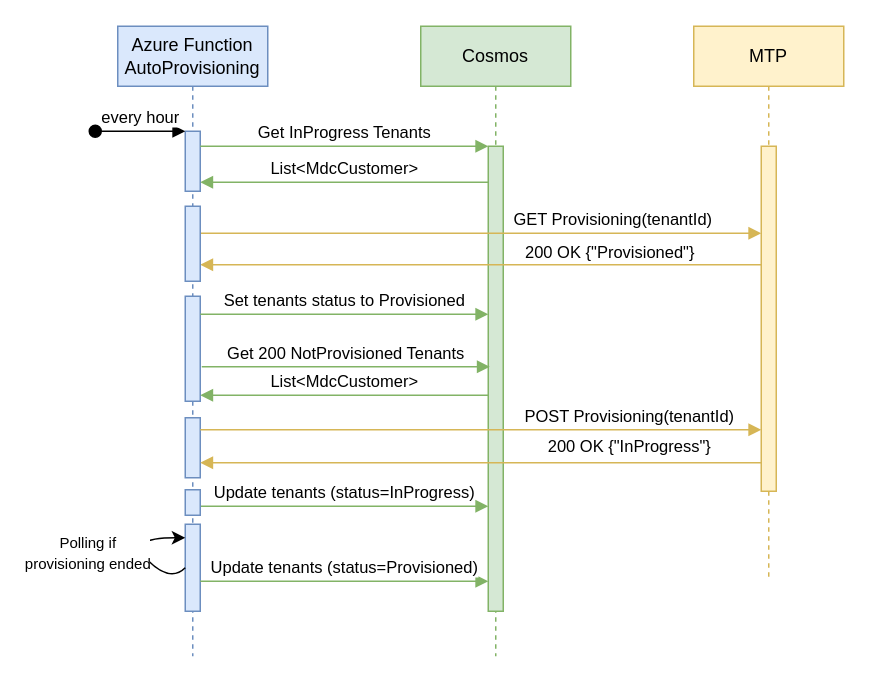
This is AutoProvisioning.drawio from rotemhas/drawio, a draw.io file, before an edit. Source tidied: cells renumbered, new cells numbered last; positions are measured from the earlier drawing's top-left corner, leaving out a move shared by most shapes. Both pictures are drawn from the tidied source at 150%, with x=0, y=0 at pixel (94, 26).
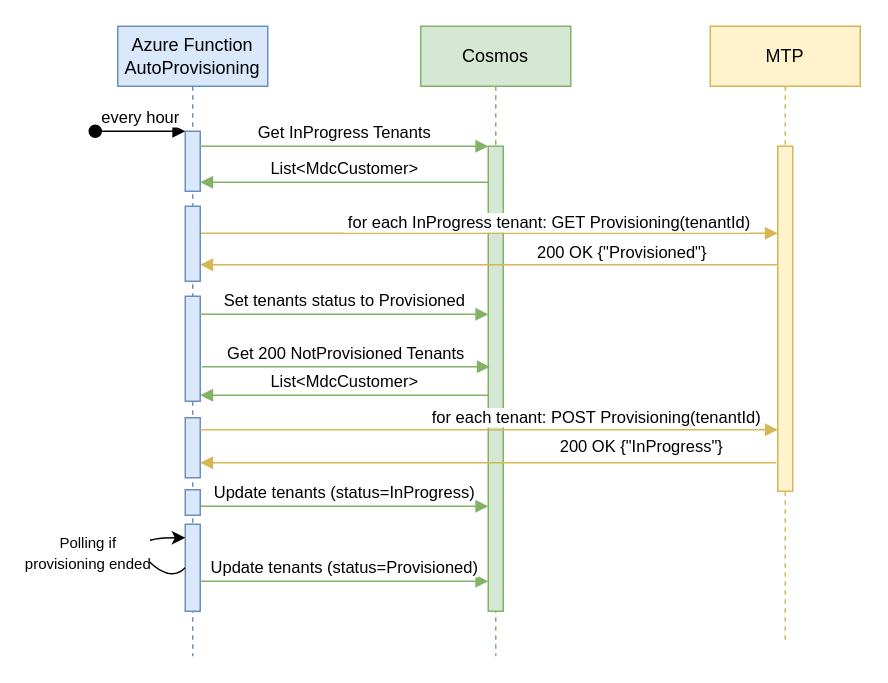
The same page after the edit.

Unchanged cells that the change refers to:
```xml
<mxCell id="12" style="html=1;points=[];perimeter=orthogonalPerimeter;outlineConnect=0;targetShapes=umlLifeline;portConstraint=eastwest;newEdgeStyle={&quot;edgeStyle&quot;:&quot;elbowEdgeStyle&quot;,&quot;elbow&quot;:&quot;vertical&quot;,&quot;curved&quot;:0,&quot;rounded&quot;:0};fillColor=#fff2cc;strokeColor=#d6b656;" parent="11" vertex="1">
  <mxGeometry x="45" y="80" width="10" height="230" as="geometry" />
</mxCell>
```

Diff of the diagram source:
```diff
@@
     <mxCell id="11" value="MTP" style="shape=umlLifeline;perimeter=lifelinePerimeter;whiteSpace=wrap;html=1;newEdgeStyle={&quot;edgeStyle&quot;:&quot;elbowEdgeStyle&quot;,&quot;elbow&quot;:&quot;vertical&quot;,&quot;curved&quot;:0,&quot;rounded&quot;:0};fillColor=#fff2cc;strokeColor=#d6b656;" parent="1" vertex="1">
-      <mxGeometry x="399" width="100" height="370" as="geometry" />
+      <mxGeometry x="410" width="100" height="410" as="geometry" />
     </mxCell>
@@
-    <mxCell id="13" value="GET Provisioning(tenantId)" style="html=1;verticalAlign=bottom;endArrow=block;edgeStyle=elbowEdgeStyle;elbow=vertical;curved=0;rounded=0;fillColor=#fff2cc;strokeColor=#d6b656;" parent="1" edge="1" target="12">
-      <mxGeometry x="0.47" relative="1" as="geometry">
+    <mxCell id="13" value="&amp;nbsp;for each InProgress tenant: GET Provisioning(tenantId)" style="html=1;verticalAlign=bottom;endArrow=block;edgeStyle=elbowEdgeStyle;elbow=vertical;curved=0;rounded=0;fillColor=#fff2cc;strokeColor=#d6b656;" parent="1" edge="1" target="12">
+      <mxGeometry x="0.2" y="-2" relative="1" as="geometry">
         <mxPoint x="70" y="138" as="sourcePoint" />
         <Array as="points">
           <mxPoint x="161" y="138" />
         </Array>
       </mxGeometry>
     </mxCell>
@@
-    <mxCell id="15" value="POST Provisioning(tenantId)" style="html=1;verticalAlign=bottom;endArrow=block;edgeStyle=elbowEdgeStyle;elbow=vertical;curved=0;rounded=0;fillColor=#fff2cc;strokeColor=#d6b656;" parent="1" edge="1">
-      <mxGeometry x="0.53" relative="1" as="geometry">
+    <mxCell id="15" value="for each tenant: POST Provisioning(tenantId)" style="html=1;verticalAlign=bottom;endArrow=block;edgeStyle=elbowEdgeStyle;elbow=vertical;curved=0;rounded=0;fillColor=#fff2cc;strokeColor=#d6b656;" parent="1" edge="1" target="12">
+      <mxGeometry x="0.37" y="-1" relative="1" as="geometry">
         <mxPoint x="70" y="269" as="sourcePoint" />
-        <mxPoint x="444" y="269" as="targetPoint" />
         <Array as="points">
           <mxPoint x="161" y="269" />
         </Array>
       </mxGeometry>
     </mxCell>
     <mxCell id="16" value="200 OK {&quot;InProgress&quot;}" style="html=1;verticalAlign=bottom;endArrow=block;edgeStyle=elbowEdgeStyle;elbow=vertical;curved=0;rounded=0;fillColor=#fff2cc;strokeColor=#d6b656;" parent="1" edge="1">
       <mxGeometry x="-0.53" y="-2" relative="1" as="geometry">
-        <mxPoint x="444" y="291" as="sourcePoint" />
+        <mxPoint x="454" y="291" as="sourcePoint" />
         <mxPoint x="70" y="291" as="targetPoint" />
         <Array as="points">
           <mxPoint x="171" y="291" />
         </Array>
       </mxGeometry>
     </mxCell>
```
